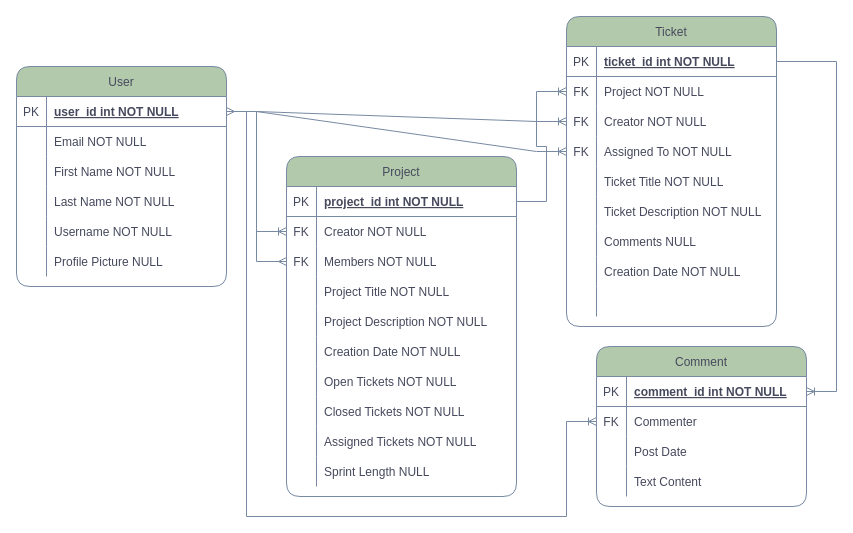
krishabbashyal/issue-tracker keeps this draw.io diagram as config and documentation/database-schema.drawio. Above is the earlier version. Source tidied: cells renumbered, new cells numbered last; positions are measured from the earlier drawing's top-left corner, leaving out a move shared by most shapes. Both pictures are drawn from the tidied source at 100%, with x=0, y=0 at pixel (16, 16).
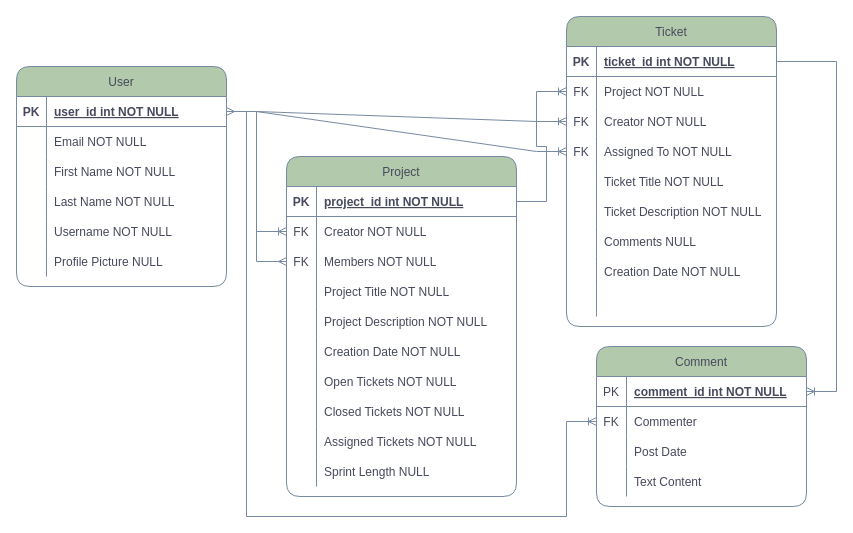
The same page after the edit.

The change refers to these unchanged cells:
```xml
<mxCell id="3" style="shape=tableRow;horizontal=0;startSize=0;swimlaneHead=0;swimlaneBody=0;fillColor=none;points=[[0,0.5],[1,0.5]];portConstraint=eastwest;top=0;left=0;right=0;bottom=1;rounded=1;strokeColor=#788AA3;fontColor=#46495D;strokeWidth=1;fontStyle=0;" parent="2" vertex="1">
  <mxGeometry y="30" width="210" height="30" as="geometry" />
</mxCell>
<mxCell id="22" style="shape=tableRow;horizontal=0;startSize=0;swimlaneHead=0;swimlaneBody=0;fillColor=none;points=[[0,0.5],[1,0.5]];portConstraint=eastwest;top=0;left=0;right=0;bottom=1;rounded=1;strokeColor=#788AA3;fontColor=#46495D;strokeWidth=1;fontStyle=0;" parent="21" vertex="1">
  <mxGeometry y="30" width="230" height="30" as="geometry" />
</mxCell>
<mxCell id="53" style="shape=tableRow;horizontal=0;startSize=0;swimlaneHead=0;swimlaneBody=0;fillColor=none;points=[[0,0.5],[1,0.5]];portConstraint=eastwest;top=0;left=0;right=0;bottom=1;rounded=0;sketch=0;fontColor=#46495D;strokeColor=#788AA3;strokeWidth=1;fontStyle=0;" parent="52" vertex="1">
  <mxGeometry y="30" width="210" height="30" as="geometry" />
</mxCell>
```

Diff of the diagram source:
```diff
@@
-    <mxCell id="4" value="PK" style="shape=partialRectangle;fillColor=none;top=0;left=0;bottom=0;right=0;fontStyle=0;overflow=hidden;rounded=1;strokeColor=#788AA3;fontColor=#46495D;strokeWidth=1;" parent="3" vertex="1">
+    <mxCell id="4" value="PK" style="shape=partialRectangle;fillColor=none;top=0;left=0;bottom=0;right=0;fontStyle=1;overflow=hidden;rounded=1;strokeColor=#788AA3;fontColor=#46495D;strokeWidth=1;" parent="3" vertex="1">
       <mxGeometry width="30" height="30" as="geometry" />
     </mxCell>
@@
-    <mxCell id="23" value="PK" style="shape=partialRectangle;fillColor=none;top=0;left=0;bottom=0;right=0;fontStyle=0;overflow=hidden;rounded=1;strokeColor=#788AA3;fontColor=#46495D;strokeWidth=1;" parent="22" vertex="1">
+    <mxCell id="23" value="PK" style="shape=partialRectangle;fillColor=none;top=0;left=0;bottom=0;right=0;fontStyle=1;overflow=hidden;rounded=1;strokeColor=#788AA3;fontColor=#46495D;strokeWidth=1;" parent="22" vertex="1">
       <mxGeometry width="30" height="30" as="geometry" />
     </mxCell>
@@
-    <mxCell id="54" value="PK" style="shape=partialRectangle;fillColor=none;top=0;left=0;bottom=0;right=0;fontStyle=0;overflow=hidden;rounded=0;sketch=0;fontColor=#46495D;strokeColor=#788AA3;strokeWidth=1;" parent="53" vertex="1">
+    <mxCell id="54" value="PK" style="shape=partialRectangle;fillColor=none;top=0;left=0;bottom=0;right=0;fontStyle=1;overflow=hidden;rounded=0;sketch=0;fontColor=#46495D;strokeColor=#788AA3;strokeWidth=1;" parent="53" vertex="1">
       <mxGeometry width="30" height="30" as="geometry" />
     </mxCell>
```
